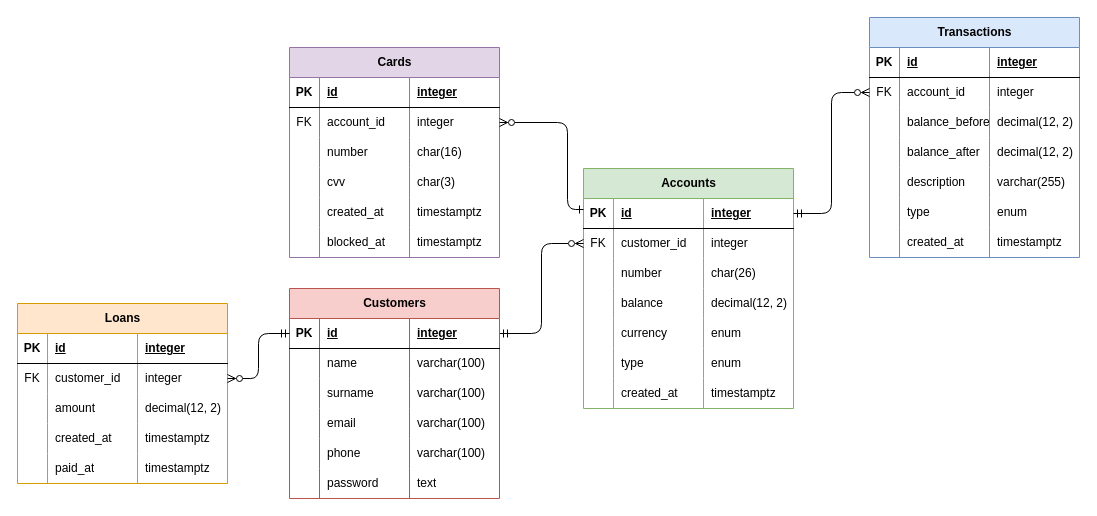
The draw.io diagram backend/schema.drawio in Agata-Lasek/banking-app, before the edit. Source tidied: cells renumbered, new cells numbered last; positions are measured from the earlier drawing's top-left corner, leaving out a move shared by most shapes. Both pictures are drawn from the tidied source at 100%, with x=0, y=0 at pixel (17, 17).
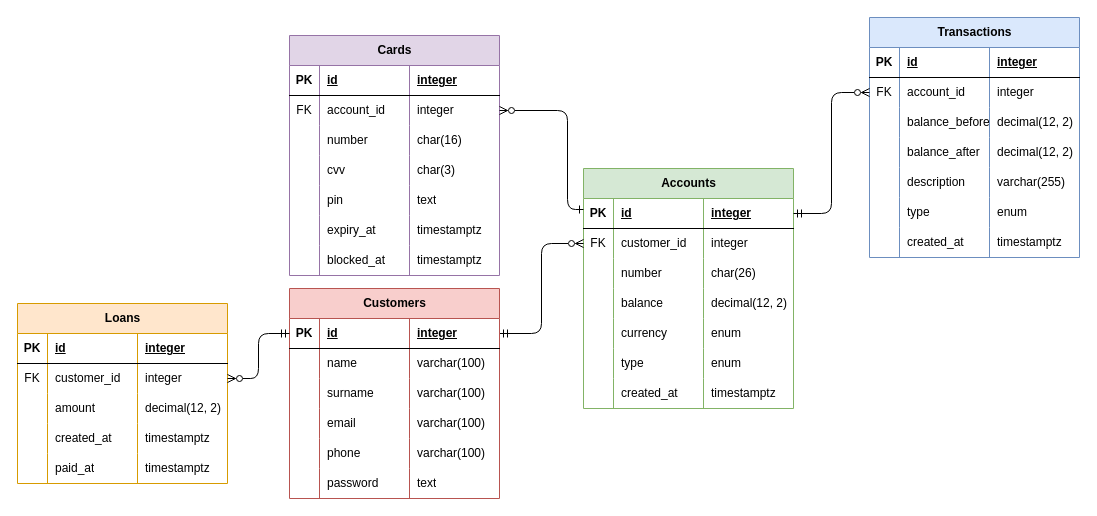
After the change.

Unchanged cells that the change refers to:
```xml
<mxCell id="3" style="shape=tableRow;horizontal=0;startSize=0;swimlaneHead=0;swimlaneBody=0;fillColor=none;points=[[0,0.5],[1,0.5]];portConstraint=eastwest;top=0;left=0;right=0;bottom=1;" parent="2" vertex="1">
  <mxGeometry y="30" width="210" height="30" as="geometry" />
</mxCell>
<mxCell id="67" style="shape=tableRow;horizontal=0;startSize=0;swimlaneHead=0;swimlaneBody=0;fillColor=none;points=[[0,0.5],[1,0.5]];portConstraint=eastwest;top=0;left=0;right=0;bottom=0;" parent="62" vertex="1">
  <mxGeometry y="60" width="210" height="30" as="geometry" />
</mxCell>
```

Diff of the diagram source:
```diff
@@
     <mxCell id="62" value="Cards" style="shape=table;startSize=30;childLayout=tableLayout;rowLines=0;fontStyle=1;align=center;html=1;fillColor=#e1d5e7;strokeColor=#9673a6;flipH=0;flipV=0;direction=east;" parent="1" vertex="1">
-      <mxGeometry x="272" y="30" width="210" height="210" as="geometry" />
+      <mxGeometry x="272" y="18" width="210" height="240" as="geometry" />
     </mxCell>
@@
+    <mxCell id="135" style="shape=tableRow;horizontal=0;startSize=0;swimlaneHead=0;swimlaneBody=0;fillColor=none;top=0;left=0;right=0;bottom=0;" parent="62" vertex="1">
+      <mxGeometry y="150" width="210" height="30" as="geometry" />
+    </mxCell>
+    <mxCell id="136" style="shape=partialRectangle;fillColor=none;top=0;left=0;bottom=0;right=0;overflow=hidden;whiteSpace=wrap;html=1;" parent="135" vertex="1">
+      <mxGeometry width="30" height="30" as="geometry" />
+    </mxCell>
+    <mxCell id="137" value="pin" style="shape=partialRectangle;fillColor=none;top=0;left=0;bottom=0;right=0;align=left;spacingLeft=6;overflow=hidden;whiteSpace=wrap;html=1;" parent="135" vertex="1">
+      <mxGeometry x="30" width="90" height="30" as="geometry" />
+    </mxCell>
+    <mxCell id="138" value="text" style="shape=partialRectangle;fillColor=none;top=0;left=0;bottom=0;right=0;align=left;spacingLeft=6;overflow=hidden;whiteSpace=wrap;html=1;" parent="135" vertex="1">
+      <mxGeometry x="120" width="90" height="30" as="geometry" />
+    </mxCell>
     <mxCell id="79" style="shape=tableRow;horizontal=0;startSize=0;swimlaneHead=0;swimlaneBody=0;fillColor=none;top=0;left=0;right=0;bottom=0;" parent="62" vertex="1">
-      <mxGeometry y="150" width="210" height="30" as="geometry" />
+      <mxGeometry y="180" width="210" height="30" as="geometry" />
     </mxCell>
@@
-    <mxCell id="81" value="created_at" style="shape=partialRectangle;fillColor=none;top=0;left=0;bottom=0;right=0;align=left;spacingLeft=6;overflow=hidden;whiteSpace=wrap;html=1;" parent="79" vertex="1">
+    <mxCell id="81" value="expiry_at" style="shape=partialRectangle;fillColor=none;top=0;left=0;bottom=0;right=0;align=left;spacingLeft=6;overflow=hidden;whiteSpace=wrap;html=1;" parent="79" vertex="1">
       <mxGeometry x="30" width="90" height="30" as="geometry" />
     </mxCell>
@@
     <mxCell id="83" style="shape=tableRow;horizontal=0;startSize=0;swimlaneHead=0;swimlaneBody=0;fillColor=none;top=0;left=0;right=0;bottom=0;" parent="62" vertex="1">
-      <mxGeometry y="180" width="210" height="30" as="geometry" />
+      <mxGeometry y="210" width="210" height="30" as="geometry" />
     </mxCell>
@@
     <mxCell id="87" style="edgeStyle=orthogonalEdgeStyle;rounded=1;jettySize=auto;html=1;startArrow=ERone;startFill=0;endArrow=ERzeroToMany;endFill=0;entryX=1;entryY=0.5;entryDx=0;entryDy=0;" parent="1" edge="1" source="3" target="67">
       <mxGeometry relative="1" as="geometry">
         <Array as="points">
           <mxPoint x="550" y="192" />
-          <mxPoint x="550" y="105" />
+          <mxPoint x="550" y="93" />
         </Array>
       </mxGeometry>
     </mxCell>
```
